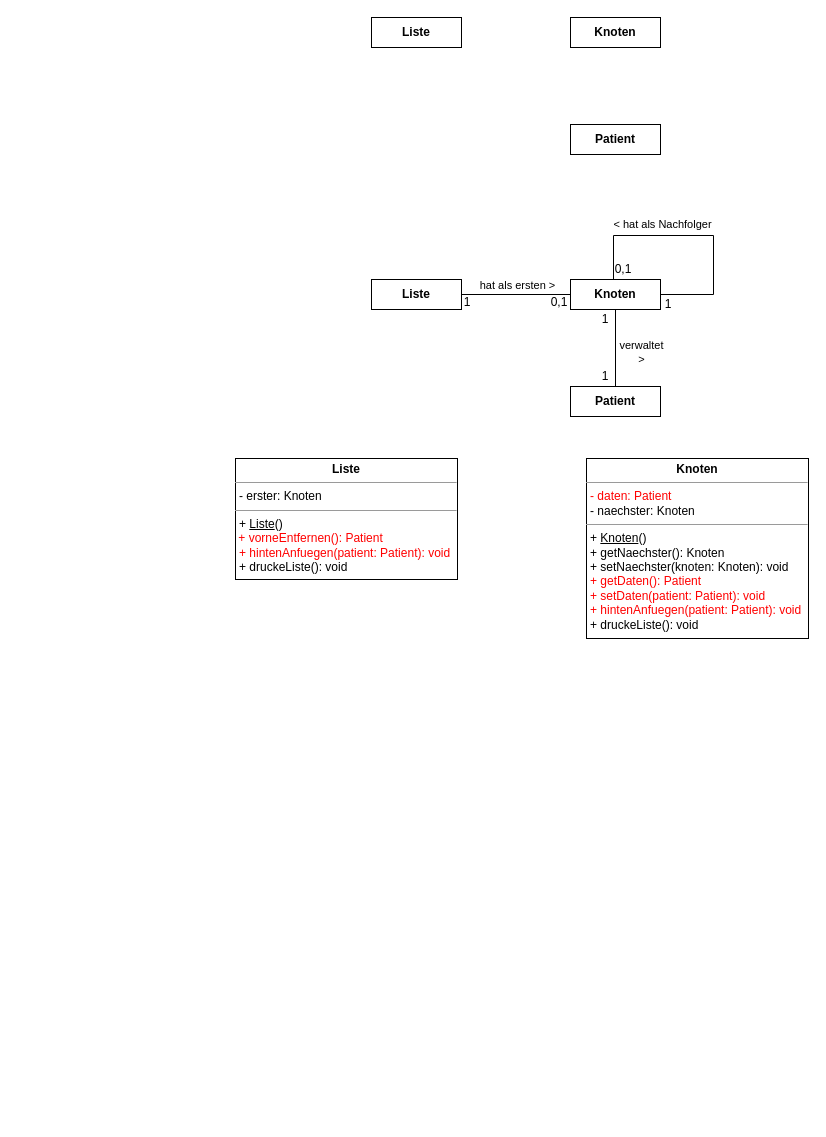
The draw.io diagram page "Seite-4" (4 of 6) of Liste.drawio in JoernWVSG/diagram, before the edit. Source tidied: cells renumbered, new cells numbered last; positions are measured from the earlier drawing's top-left corner, leaving out a move shared by most shapes. Both pictures are drawn from the tidied source at 100%, with x=0, y=0 at pixel (235, 17).
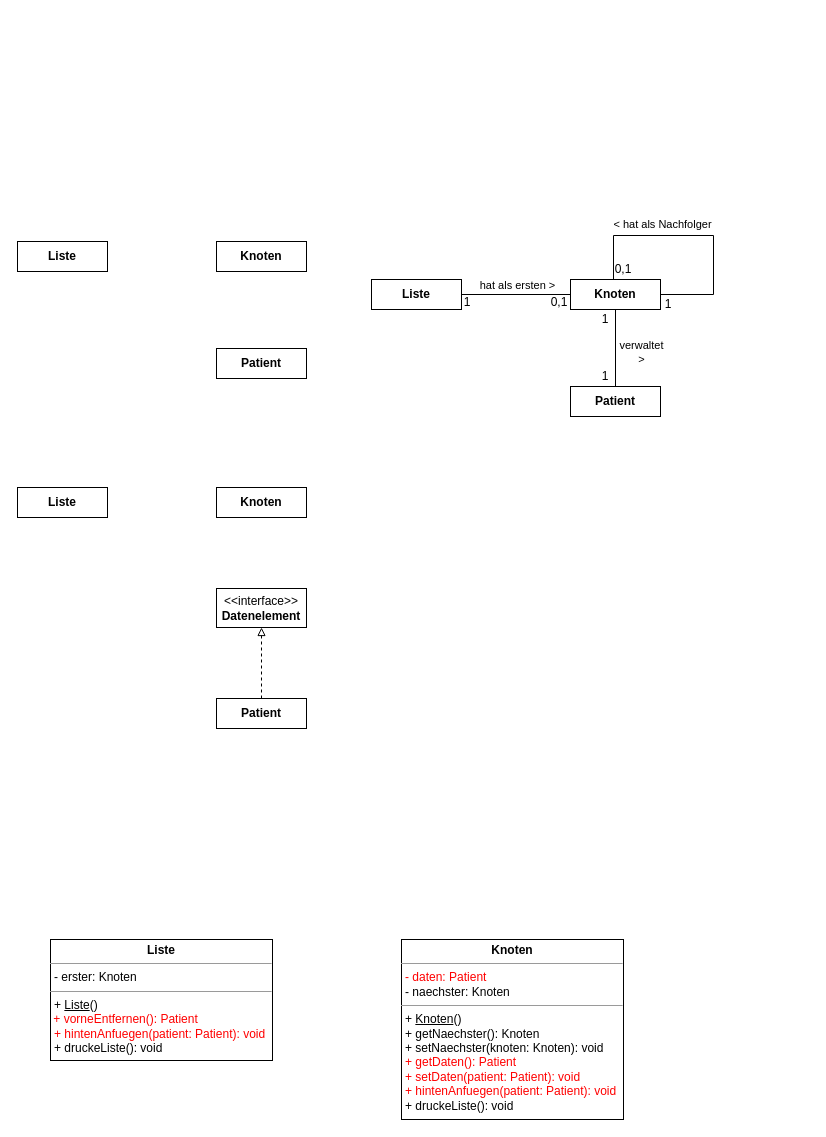
Above is the later version.

What changed in the source:
```diff
@@
     <mxCell id="2" value="&lt;b&gt;Liste&lt;/b&gt;" style="html=1;whiteSpace=wrap;" parent="1" vertex="1">
-      <mxGeometry x="136" width="90" height="30" as="geometry" />
+      <mxGeometry x="-218" y="224" width="90" height="30" as="geometry" />
     </mxCell>
     <mxCell id="3" value="&lt;b&gt;Knoten&lt;/b&gt;" style="html=1;whiteSpace=wrap;" parent="1" vertex="1">
-      <mxGeometry x="335" width="90" height="30" as="geometry" />
+      <mxGeometry x="-19" y="224" width="90" height="30" as="geometry" />
     </mxCell>
     <mxCell id="4" value="&lt;b&gt;Patient&lt;/b&gt;" style="html=1;whiteSpace=wrap;" parent="1" vertex="1">
-      <mxGeometry x="335" y="107" width="90" height="30" as="geometry" />
+      <mxGeometry x="-19" y="331" width="90" height="30" as="geometry" />
     </mxCell>
@@
     <mxCell id="20" value="&lt;p style=&quot;margin: 0px ; margin-top: 4px ; text-align: center&quot;&gt;&lt;b&gt;Liste&lt;/b&gt;&lt;br&gt;&lt;/p&gt;&lt;hr size=&quot;1&quot;&gt;&lt;p style=&quot;margin: 0px ; margin-left: 4px&quot;&gt;- erster: Knoten&lt;/p&gt;&lt;hr size=&quot;1&quot;&gt;&lt;p style=&quot;margin: 0px ; margin-left: 4px&quot;&gt;+ &lt;u&gt;Liste&lt;/u&gt;()&lt;/p&gt;&amp;nbsp;&lt;font color=&quot;#ff0000&quot;&gt;+ vorneEntfernen(): Patient&lt;/font&gt;&lt;p style=&quot;margin: 0px ; margin-left: 4px&quot;&gt;&lt;font color=&quot;#ff0000&quot;&gt;+ hintenAnfuegen(patient: Patient): void&lt;/font&gt;&lt;/p&gt;&lt;p style=&quot;margin: 0px ; margin-left: 4px&quot;&gt;+ druckeListe(): void&lt;br&gt;&lt;/p&gt;" style="verticalAlign=top;align=left;overflow=fill;fontSize=12;fontFamily=Helvetica;html=1;" parent="1" vertex="1">
-      <mxGeometry y="441" width="222" height="121" as="geometry" />
+      <mxGeometry x="-185" y="922" width="222" height="121" as="geometry" />
     </mxCell>
     <mxCell id="21" value="&lt;p style=&quot;margin: 0px ; margin-top: 4px ; text-align: center&quot;&gt;&lt;b&gt;Knoten&lt;/b&gt;&lt;br&gt;&lt;/p&gt;&lt;hr size=&quot;1&quot;&gt;&lt;p style=&quot;margin: 0px ; margin-left: 4px&quot;&gt;&lt;font color=&quot;#ff0000&quot;&gt;- daten: Patient&lt;/font&gt;&lt;br&gt;&lt;/p&gt;&lt;p style=&quot;margin: 0px ; margin-left: 4px&quot;&gt;- naechster: Knoten&lt;/p&gt;&lt;hr size=&quot;1&quot;&gt;&lt;p style=&quot;margin: 0px ; margin-left: 4px&quot;&gt;+ &lt;u&gt;Knoten&lt;/u&gt;()&lt;/p&gt;&lt;p style=&quot;margin: 0px ; margin-left: 4px&quot;&gt;+ getNaechster(): Knoten&lt;/p&gt;&lt;p style=&quot;margin: 0px ; margin-left: 4px&quot;&gt;+ setNaechster(knoten: Knoten): void&lt;/p&gt;&lt;p style=&quot;margin: 0px ; margin-left: 4px&quot;&gt;&lt;font color=&quot;#ff0000&quot;&gt;+ getDaten(): Patient&lt;/font&gt;&lt;/p&gt;&lt;p style=&quot;margin: 0px ; margin-left: 4px&quot;&gt;&lt;font color=&quot;#ff0000&quot;&gt;+ setDaten(patient: Patient): void&lt;/font&gt;&lt;/p&gt;&lt;p style=&quot;margin: 0px ; margin-left: 4px&quot;&gt;&lt;font color=&quot;#ff0000&quot;&gt;+ hintenAnfuegen(patient: Patient): void&lt;/font&gt;&lt;/p&gt;&lt;p style=&quot;margin: 0px ; margin-left: 4px&quot;&gt;+ druckeListe(): void&lt;br&gt;&lt;/p&gt;&lt;p style=&quot;margin: 0px ; margin-left: 4px&quot;&gt;&lt;br&gt;&lt;/p&gt;&lt;p style=&quot;margin: 0px ; margin-left: 4px&quot;&gt;&lt;br&gt;&lt;/p&gt;&amp;nbsp;" style="verticalAlign=top;align=left;overflow=fill;fontSize=12;fontFamily=Helvetica;html=1;" parent="1" vertex="1">
-      <mxGeometry x="351" y="441" width="222" height="180" as="geometry" />
+      <mxGeometry x="166" y="922" width="222" height="180" as="geometry" />
     </mxCell>
+    <mxCell id="22" value="&lt;b&gt;Liste&lt;/b&gt;" style="html=1;whiteSpace=wrap;" parent="1" vertex="1">
+      <mxGeometry x="-218" y="470" width="90" height="30" as="geometry" />
+    </mxCell>
+    <mxCell id="23" value="&lt;b&gt;Knoten&lt;/b&gt;" style="html=1;whiteSpace=wrap;" parent="1" vertex="1">
+      <mxGeometry x="-19" y="470" width="90" height="30" as="geometry" />
+    </mxCell>
+    <mxCell id="24" value="&amp;lt;&amp;lt;interface&amp;gt;&amp;gt;&lt;br&gt;&lt;div&gt;&lt;b&gt;Datenelement&lt;/b&gt;&lt;/div&gt;" style="html=1;whiteSpace=wrap;" parent="1" vertex="1">
+      <mxGeometry x="-19" y="571" width="90" height="39" as="geometry" />
+    </mxCell>
+    <mxCell id="25" style="edgeStyle=orthogonalEdgeStyle;rounded=0;jettySize=auto;html=1;dashed=1;endArrow=block;endFill=0;" parent="1" edge="1" source="26" target="24">
+      <mxGeometry relative="1" as="geometry" />
+    </mxCell>
+    <mxCell id="26" value="&lt;b&gt;Patient&lt;/b&gt;" style="html=1;whiteSpace=wrap;" parent="1" vertex="1">
+      <mxGeometry x="-19" y="681" width="90" height="30" as="geometry" />
+    </mxCell>
```
